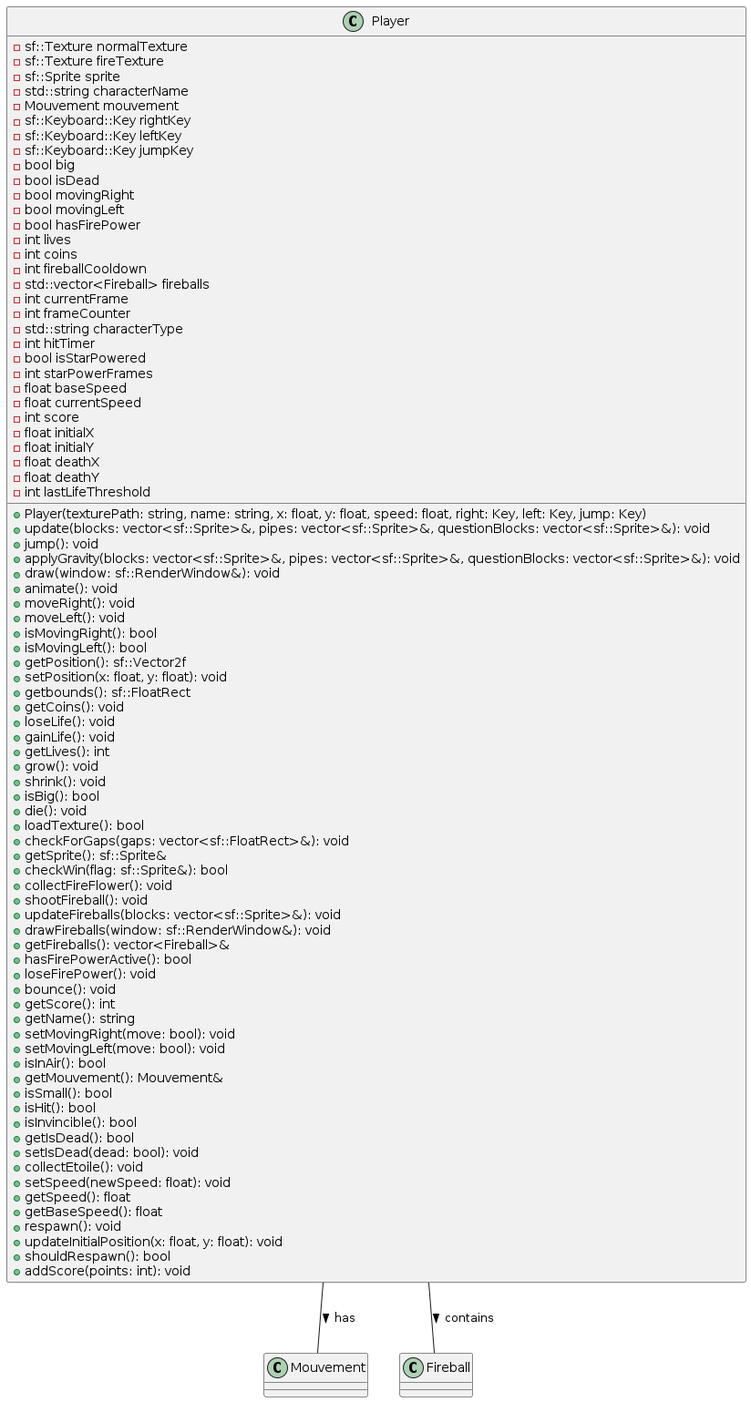
Earlier version of the PlantUML export uml/Player_class_diagram.png (Sarahzeghendy/Mario-Bros).
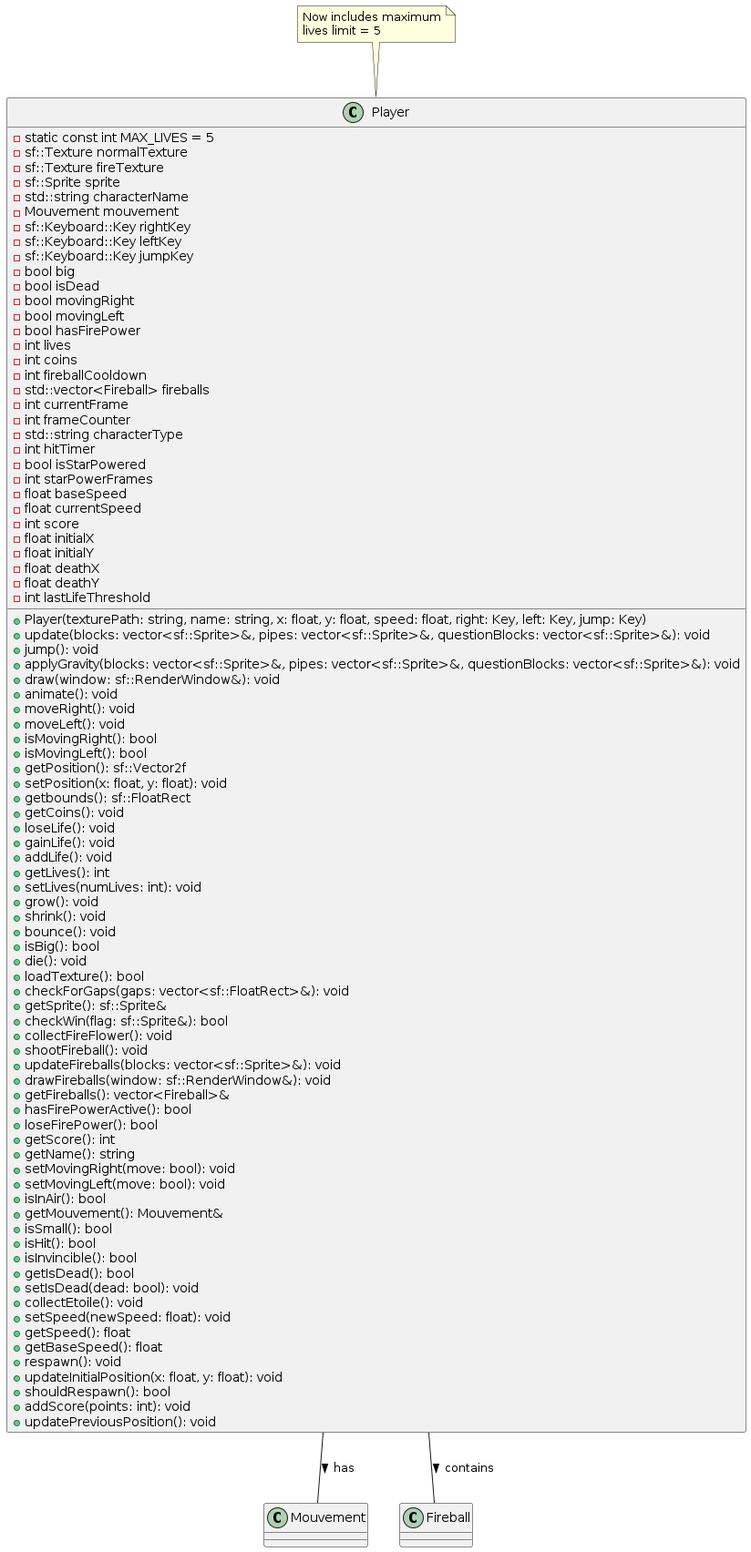
After the change.

Change to the diagram source:
```diff
@@ -1,6 +1,7 @@
 @startuml Player_class_diagram
 
 class Player {
+  - static const int MAX_LIVES = 5
   - sf::Texture normalTexture
   - sf::Texture fireTexture
   - sf::Sprite sprite
@@ -49,9 +50,12 @@
   + getCoins(): void
   + loseLife(): void
   + gainLife(): void
+  + addLife(): void
   + getLives(): int
+  + setLives(numLives: int): void
   + grow(): void
   + shrink(): void
+  + bounce(): void
   + isBig(): bool
   + die(): void
   + loadTexture(): bool
@@ -64,8 +68,7 @@
   + drawFireballs(window: sf::RenderWindow&): void
   + getFireballs(): vector<Fireball>&
   + hasFirePowerActive(): bool
-  + loseFirePower(): void
-  + bounce(): void
+  + loseFirePower(): bool
   + getScore(): int
   + getName(): string
   + setMovingRight(move: bool): void
@@ -85,7 +88,13 @@
   + updateInitialPosition(x: float, y: float): void
   + shouldRespawn(): bool
   + addScore(points: int): void
+  + updatePreviousPosition(): void
 }
+
+note top of Player
+  Now includes maximum
+  lives limit = 5
+end note
 
 class Mouvement {
 }
```
